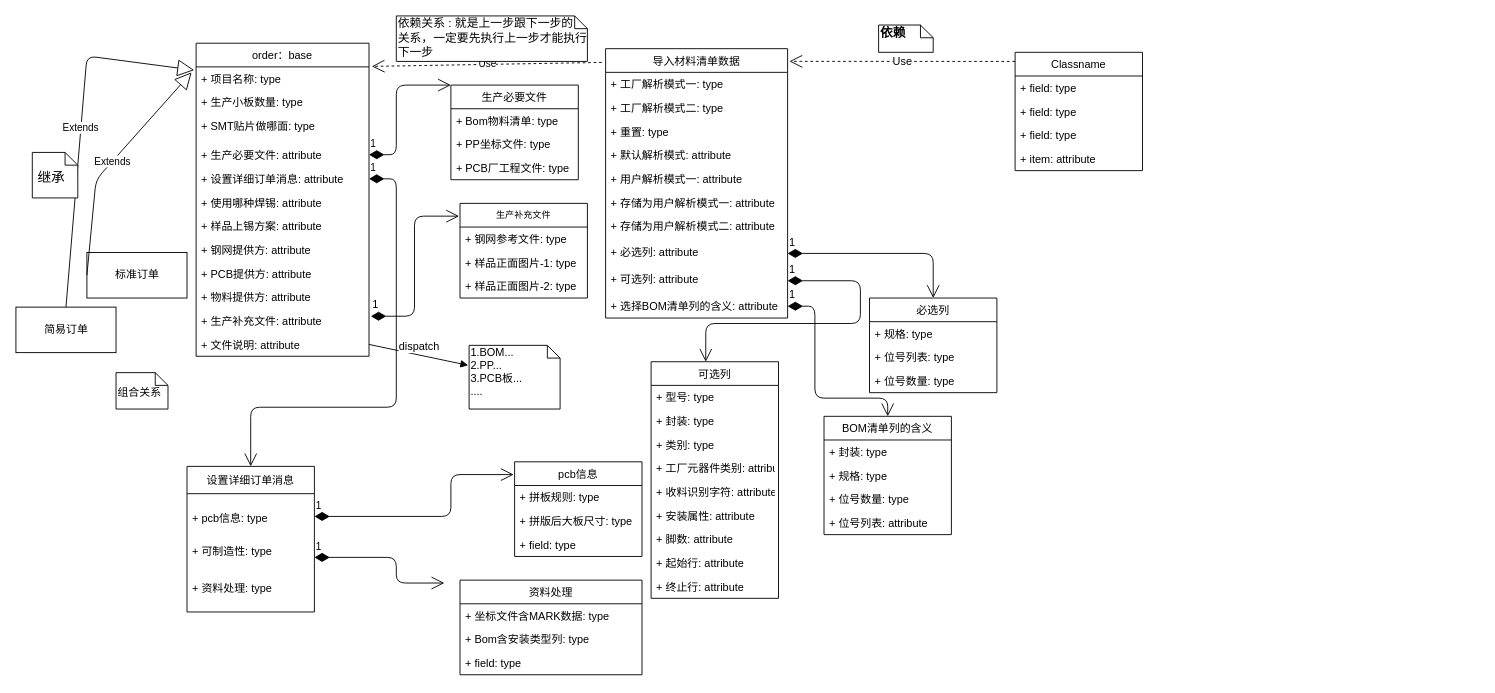
Earlier version of the draw.io diagram test Diagram.drawio (Xiexx-97Len/shulian). Source tidied: cells renumbered, new cells numbered last; positions are measured from the earlier drawing's top-left corner, leaving out a move shared by most shapes. Both pictures are drawn from the tidied source at 91%, with x=0, y=0 at pixel (15, 15).
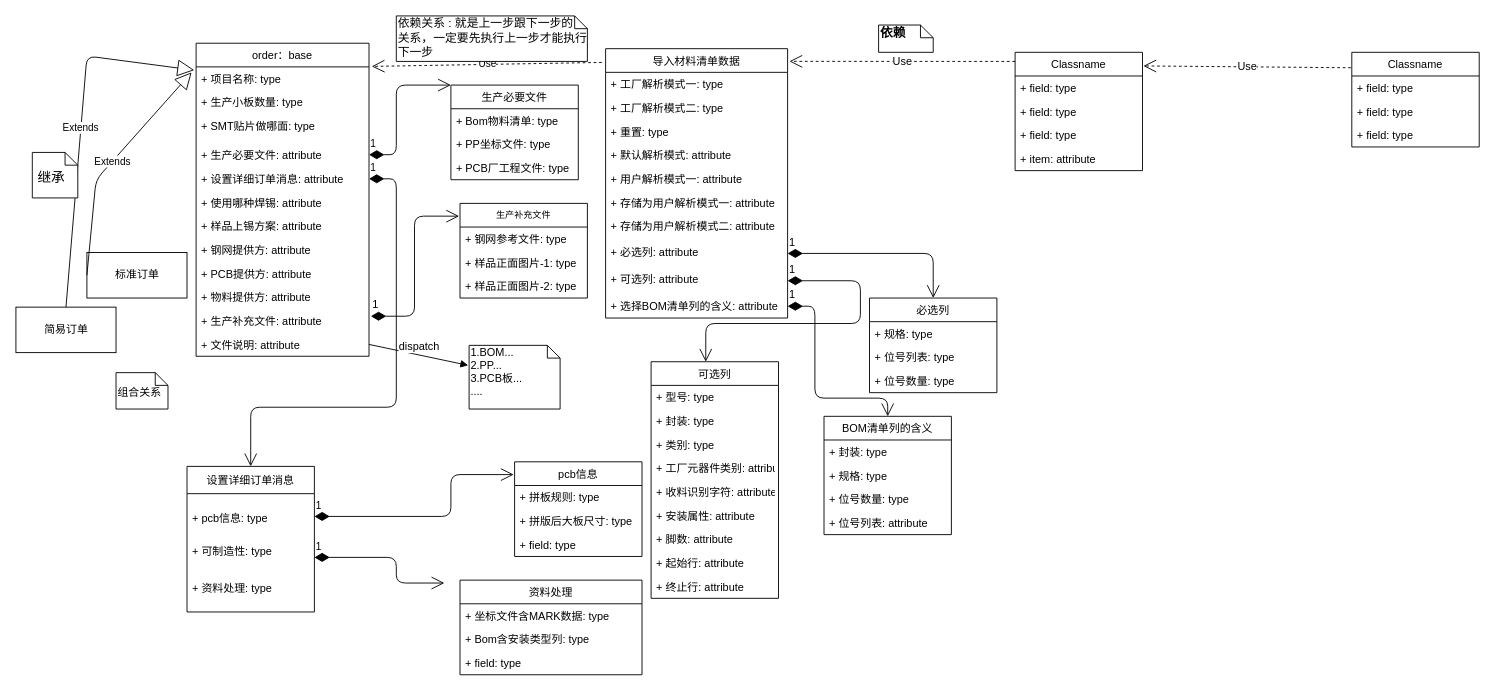
The same diagram, later.

Unchanged cells that the change refers to:
```xml
<mxCell id="46" value="Classname" style="swimlane;fontStyle=0;horizontal=1;startSize=26;fillColor=none;" parent="1" vertex="1">
  <mxGeometry x="1098" y="40" width="140" height="130" as="geometry" />
</mxCell>
```

Change to the diagram source:
```diff
@@
+    <mxCell id="90" value="Classname" style="swimlane;fontStyle=0;horizontal=1;startSize=26;fillColor=none;fontSize=12;" parent="1" vertex="1">
+      <mxGeometry x="1468" y="40" width="140" height="104" as="geometry" />
+    </mxCell>
+    <mxCell id="91" value="+ field: type" style="text;strokeColor=none;fillColor=none;align=left;verticalAlign=top;spacingLeft=4;spacingRight=4;overflow=hidden;" parent="90" vertex="1">
+      <mxGeometry y="26" width="140" height="26" as="geometry" />
+    </mxCell>
+    <mxCell id="92" value="+ field: type" style="text;strokeColor=none;fillColor=none;align=left;verticalAlign=top;spacingLeft=4;spacingRight=4;overflow=hidden;" parent="90" vertex="1">
+      <mxGeometry y="52" width="140" height="26" as="geometry" />
+    </mxCell>
+    <mxCell id="93" value="+ field: type" style="text;strokeColor=none;fillColor=none;align=left;verticalAlign=top;spacingLeft=4;spacingRight=4;overflow=hidden;" parent="90" vertex="1">
+      <mxGeometry y="78" width="140" height="26" as="geometry" />
+    </mxCell>
@@
+    <mxCell id="94" value="Use" style="endArrow=open;endSize=12;dashed=1;html=1;fontSize=12;entryX=1.007;entryY=0.115;entryDx=0;entryDy=0;entryPerimeter=0;exitX=-0.007;exitY=0.163;exitDx=0;exitDy=0;exitPerimeter=0;" parent="1" edge="1" source="90" target="46">
+      <mxGeometry relative="1" as="geometry" />
+    </mxCell>
```
